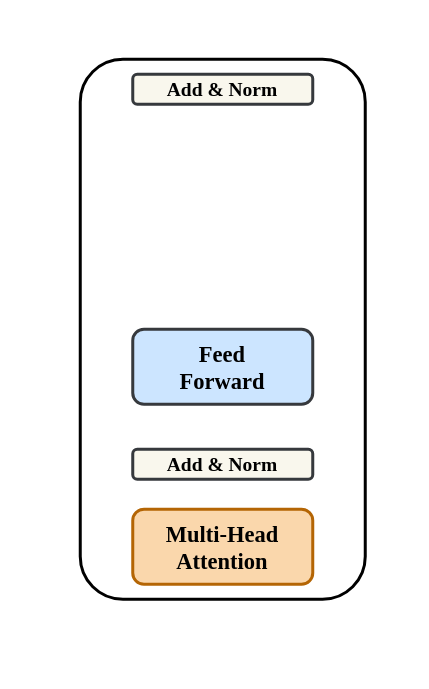
The draw.io diagram 未命名绘图.drawio in Wiselnn570/dialogue-system, before the edit. Source tidied: cells renumbered, new cells numbered last; positions are measured from the earlier drawing's top-left corner, leaving out a move shared by most shapes. Both pictures are drawn from the tidied source at 150%, with x=0, y=0 at pixel (80, 58).
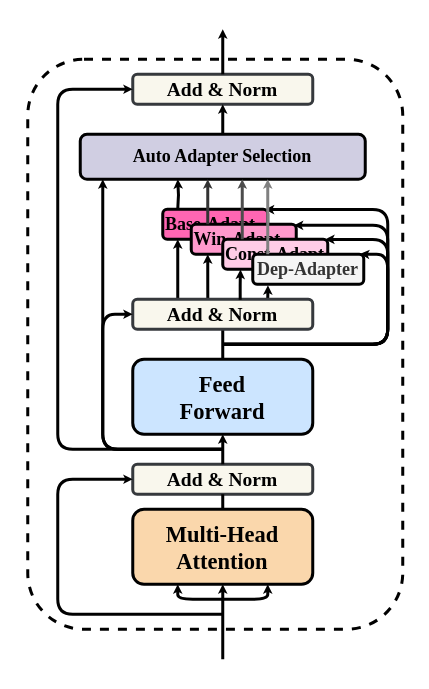
The same diagram, later.

Commit message (it also covers changes not shown here):
更新未命名绘图.drawio

Unchanged cells that the change refers to:
```xml
<mxCell id="6" value="&lt;b&gt;Add &amp;amp; Norm&lt;/b&gt;" style="rounded=1;whiteSpace=wrap;html=1;strokeColor=#36393d;strokeWidth=2;fontFamily=Times New Roman;fontSize=13;fillColor=#f9f7ed;" parent="1" vertex="1">
  <mxGeometry x="35" y="10" width="120" height="20" as="geometry" />
</mxCell>
```

The edit, as a diff of the source:
```diff
@@
-    <mxCell id="2" style="rounded=1;whiteSpace=wrap;html=1;strokeColor=#000000;strokeWidth=2;fontFamily=Times New Roman;fontSize=15;" parent="1" vertex="1">
-      <mxGeometry width="190" height="360" as="geometry" />
+    <mxCell id="2" style="rounded=1;whiteSpace=wrap;html=1;strokeColor=#000000;strokeWidth=2;fontFamily=Times New Roman;fontSize=15;dashed=1;" parent="1" vertex="1">
+      <mxGeometry x="-35" width="250" height="380" as="geometry" />
     </mxCell>
-    <mxCell id="3" value="&lt;span style=&quot;font-size: 11px;&quot;&gt;&lt;font style=&quot;font-size: 15px;&quot; face=&quot;Times New Roman&quot;&gt;&lt;b&gt;Multi-Head&lt;br style=&quot;&quot;&gt;Attention&lt;/b&gt;&lt;/font&gt;&lt;/span&gt;" style="rounded=1;whiteSpace=wrap;html=1;fillColor=#fad7ac;strokeColor=#b46504;strokeWidth=2;" parent="1" vertex="1">
+    <mxCell id="3" value="&lt;span style=&quot;font-size: 11px;&quot;&gt;&lt;font style=&quot;font-size: 15px;&quot; face=&quot;Times New Roman&quot;&gt;&lt;b&gt;Multi-Head&lt;br style=&quot;&quot;&gt;Attention&lt;/b&gt;&lt;/font&gt;&lt;/span&gt;" style="rounded=1;whiteSpace=wrap;html=1;fillColor=#fad7ac;strokeColor=#000000;strokeWidth=2;" parent="1" vertex="1">
       <mxGeometry x="35" y="300" width="120" height="50" as="geometry" />
     </mxCell>
     <mxCell id="4" value="&lt;b&gt;Add &amp;amp; Norm&lt;/b&gt;" style="rounded=1;whiteSpace=wrap;html=1;strokeColor=#36393d;strokeWidth=2;fontFamily=Times New Roman;fontSize=13;fillColor=#f9f7ed;" parent="1" vertex="1">
-      <mxGeometry x="35" y="260" width="120" height="20" as="geometry" />
+      <mxGeometry x="35" y="270" width="120" height="20" as="geometry" />
     </mxCell>
-    <mxCell id="5" value="&lt;font style=&quot;font-size: 15px;&quot; face=&quot;Times New Roman&quot;&gt;&lt;b&gt;&lt;span style=&quot;&quot;&gt;Feed&lt;br&gt;&lt;/span&gt;Forward&lt;/b&gt;&lt;/font&gt;" style="rounded=1;whiteSpace=wrap;html=1;fillColor=#cce5ff;strokeColor=#36393d;strokeWidth=2;" parent="1" vertex="1">
-      <mxGeometry x="35" y="180" width="120" height="50" as="geometry" />
+    <mxCell id="5" value="&lt;font style=&quot;font-size: 15px;&quot; face=&quot;Times New Roman&quot;&gt;&lt;b&gt;&lt;span style=&quot;&quot;&gt;Feed&lt;br&gt;&lt;/span&gt;Forward&lt;/b&gt;&lt;/font&gt;" style="rounded=1;whiteSpace=wrap;html=1;fillColor=#cce5ff;strokeColor=#000000;strokeWidth=2;" parent="1" vertex="1">
+      <mxGeometry x="35" y="200" width="120" height="50" as="geometry" />
     </mxCell>
@@
+    <mxCell id="7" style="edgeStyle=orthogonalEdgeStyle;elbow=vertical;strokeWidth=2;endArrow=classic;endFill=0;fontStyle=1;strokeColor=#000000;entryX=0;entryY=0.5;entryDx=0;entryDy=0;endSize=0;startSize=4;" parent="1" edge="1" target="4">
+      <mxGeometry x="238" y="485" as="geometry">
+        <mxPoint x="95" y="370" as="sourcePoint" />
+        <Array as="points">
+          <mxPoint x="-15" y="370" />
+          <mxPoint x="-15" y="280" />
+        </Array>
+      </mxGeometry>
+    </mxCell>
+    <mxCell id="8" style="edgeStyle=elbowEdgeStyle;elbow=vertical;strokeWidth=2;endArrow=classic;endFill=0;fontStyle=1;strokeColor=#000000;entryX=0.75;entryY=1;entryDx=0;entryDy=0;endSize=0;startSize=4;" parent="1" edge="1" target="3">
+      <mxGeometry x="223" y="495" as="geometry">
+        <mxPoint x="95" y="360" as="sourcePoint" />
+        <Array as="points">
+          <mxPoint x="105" y="360" />
+          <mxPoint x="578" y="485" />
+        </Array>
+      </mxGeometry>
+    </mxCell>
+    <mxCell id="9" style="edgeStyle=elbowEdgeStyle;elbow=vertical;strokeWidth=2;endArrow=classic;endFill=0;fontStyle=1;strokeColor=#000000;entryX=0.25;entryY=1;entryDx=0;entryDy=0;endSize=0;startSize=4;" parent="1" edge="1" target="3">
+      <mxGeometry x="148" y="485" as="geometry">
+        <mxPoint x="95" y="360" as="sourcePoint" />
+        <Array as="points">
+          <mxPoint x="85" y="360" />
+          <mxPoint x="503" y="475" />
+        </Array>
+      </mxGeometry>
+    </mxCell>
+    <mxCell id="10" style="edgeStyle=elbowEdgeStyle;elbow=vertical;strokeWidth=2;endArrow=classic;endFill=0;fontStyle=1;strokeColor=#000000;entryX=0.5;entryY=1;entryDx=0;entryDy=0;endSize=0;startSize=4;" parent="1" edge="1" target="3">
+      <mxGeometry x="118" y="500" as="geometry">
+        <mxPoint x="95" y="400" as="sourcePoint" />
+      </mxGeometry>
+    </mxCell>
+    <mxCell id="11" style="edgeStyle=orthogonalEdgeStyle;elbow=vertical;strokeWidth=2;endArrow=none;endFill=0;fontStyle=1;strokeColor=#000000;endSize=0;startSize=4;exitX=0.5;exitY=0;exitDx=0;exitDy=0;" parent="1" edge="1" source="3">
+      <mxGeometry x="448" y="475" as="geometry">
+        <mxPoint x="95" y="290" as="targetPoint" />
+      </mxGeometry>
+    </mxCell>
+    <mxCell id="12" style="edgeStyle=orthogonalEdgeStyle;elbow=vertical;strokeWidth=2;endArrow=classic;endFill=0;fontStyle=1;strokeColor=#000000;entryX=0.5;entryY=1;entryDx=0;entryDy=0;endSize=0;startSize=4;exitX=0.5;exitY=0;exitDx=0;exitDy=0;" parent="1" edge="1" source="4" target="5">
+      <mxGeometry x="488" y="375" as="geometry" />
+    </mxCell>
+    <mxCell id="13" style="edgeStyle=orthogonalEdgeStyle;elbow=vertical;strokeWidth=2;endArrow=none;endFill=0;fontStyle=1;strokeColor=#000000;entryX=0.5;entryY=1;entryDx=0;entryDy=0;endSize=0;startSize=4;exitX=0.5;exitY=0;exitDx=0;exitDy=0;" parent="1" edge="1" source="5" target="26">
+      <mxGeometry x="498" y="385" as="geometry" />
+    </mxCell>
+    <mxCell id="14" style="edgeStyle=orthogonalEdgeStyle;elbow=vertical;strokeWidth=2;endArrow=classic;endFill=0;fontStyle=1;strokeColor=#000000;entryX=0.966;entryY=-0.009;entryDx=0;entryDy=0;endSize=0;startSize=4;entryPerimeter=0;" parent="1" edge="1" target="25">
+      <mxGeometry x="448" y="345" as="geometry">
+        <mxPoint x="95" y="190" as="sourcePoint" />
+        <Array as="points">
+          <mxPoint x="205" y="190" />
+          <mxPoint x="205" y="130" />
+          <mxPoint x="190" y="130" />
+        </Array>
+      </mxGeometry>
+    </mxCell>
+    <mxCell id="15" style="edgeStyle=orthogonalEdgeStyle;elbow=vertical;strokeWidth=2;endArrow=classic;endFill=0;fontStyle=1;strokeColor=#000000;endSize=0;startSize=4;exitX=0.75;exitY=0;exitDx=0;exitDy=0;entryX=0.137;entryY=1.034;entryDx=0;entryDy=0;entryPerimeter=0;" parent="1" edge="1" source="26" target="25">
+      <mxGeometry x="458" y="415" as="geometry" />
+    </mxCell>
+    <mxCell id="16" style="edgeStyle=orthogonalEdgeStyle;elbow=vertical;strokeWidth=2;endArrow=classic;endFill=0;fontStyle=1;strokeColor=#000000;entryX=0;entryY=0.5;entryDx=0;entryDy=0;endSize=0;startSize=4;" parent="1" edge="1" target="6">
+      <mxGeometry x="408" y="405" as="geometry">
+        <mxPoint x="95" y="260" as="sourcePoint" />
+        <Array as="points">
+          <mxPoint x="-15" y="260" />
+          <mxPoint x="-15" y="20" />
+        </Array>
+      </mxGeometry>
+    </mxCell>
+    <mxCell id="17" style="edgeStyle=orthogonalEdgeStyle;elbow=vertical;strokeWidth=2;endArrow=classic;endFill=0;fontStyle=1;strokeColor=#000000;entryX=0.972;entryY=0.011;entryDx=0;entryDy=0;endSize=0;startSize=4;entryPerimeter=0;" parent="1" edge="1" target="18">
+      <mxGeometry x="528" y="305" as="geometry">
+        <mxPoint x="95" y="190" as="sourcePoint" />
+        <Array as="points">
+          <mxPoint x="205" y="190" />
+          <mxPoint x="205" y="100" />
+        </Array>
+      </mxGeometry>
+    </mxCell>
+    <mxCell id="18" value="&lt;b&gt;&lt;font face=&quot;Times New Roman&quot;&gt;Base-Adapt&lt;/font&gt;&lt;/b&gt;" style="rounded=1;whiteSpace=wrap;html=1;align=left;fillColor=#FF66B3;strokeWidth=2;" parent="1" vertex="1">
+      <mxGeometry x="55" y="100" width="70" height="20" as="geometry" />
+    </mxCell>
+    <mxCell id="19" value="&lt;b&gt;&lt;font face=&quot;Times New Roman&quot;&gt;Win-Adapt&lt;/font&gt;&lt;/b&gt;" style="rounded=1;whiteSpace=wrap;html=1;align=left;fillColor=#FF99CC;strokeWidth=2;" parent="1" vertex="1">
+      <mxGeometry x="74" y="110" width="70" height="20" as="geometry" />
+    </mxCell>
+    <mxCell id="20" style="edgeStyle=orthogonalEdgeStyle;elbow=vertical;strokeWidth=2;endArrow=classic;endFill=0;fontStyle=1;strokeColor=#000000;endSize=0;startSize=4;exitX=0.417;exitY=0.057;exitDx=0;exitDy=0;exitPerimeter=0;" parent="1" edge="1" source="26">
+      <mxGeometry x="448.1" y="415" as="geometry">
+        <mxPoint x="85" y="130" as="targetPoint" />
+      </mxGeometry>
+    </mxCell>
+    <mxCell id="21" style="edgeStyle=orthogonalEdgeStyle;elbow=vertical;strokeWidth=2;endArrow=classic;endFill=0;fontStyle=1;strokeColor=#000000;endSize=0;startSize=4;entryX=0.975;entryY=0.006;entryDx=0;entryDy=0;entryPerimeter=0;" parent="1" edge="1" target="23">
+      <mxGeometry x="468" y="400" as="geometry">
+        <mxPoint x="95" y="190" as="sourcePoint" />
+        <Array as="points">
+          <mxPoint x="205" y="190" />
+          <mxPoint x="205" y="120" />
+        </Array>
+      </mxGeometry>
+    </mxCell>
+    <mxCell id="22" style="edgeStyle=orthogonalEdgeStyle;elbow=vertical;strokeWidth=2;endArrow=classic;endFill=0;fontStyle=1;strokeColor=#000000;endSize=0;startSize=4;entryX=0.977;entryY=0.035;entryDx=0;entryDy=0;entryPerimeter=0;" parent="1" edge="1" target="19">
+      <mxGeometry x="538" y="315" as="geometry">
+        <mxPoint x="95" y="190" as="sourcePoint" />
+        <Array as="points">
+          <mxPoint x="205" y="190" />
+          <mxPoint x="205" y="111" />
+        </Array>
+      </mxGeometry>
+    </mxCell>
+    <mxCell id="23" value="&lt;font face=&quot;Times New Roman&quot;&gt;&lt;b&gt;Const-Adapt&lt;/b&gt;&lt;/font&gt;" style="rounded=1;whiteSpace=wrap;html=1;align=left;fillColor=#FFCCE6;strokeColor=#000000;strokeWidth=2;" parent="1" vertex="1">
+      <mxGeometry x="95" y="120" width="70" height="20" as="geometry" />
+    </mxCell>
+    <mxCell id="24" style="edgeStyle=orthogonalEdgeStyle;elbow=vertical;strokeWidth=2;endArrow=classic;endFill=0;fontStyle=1;strokeColor=#000000;endSize=0;startSize=4;exitX=0.25;exitY=0;exitDx=0;exitDy=0;" parent="1" edge="1" source="26">
+      <mxGeometry x="428.1" y="405" as="geometry">
+        <mxPoint x="65" y="120" as="targetPoint" />
+        <Array as="points">
+          <mxPoint x="65" y="140" />
+          <mxPoint x="65" y="140" />
+        </Array>
+      </mxGeometry>
+    </mxCell>
+    <mxCell id="25" value="&lt;font face=&quot;Times New Roman&quot;&gt;&lt;b&gt;Dep-Adapter&lt;/b&gt;&lt;/font&gt;" style="rounded=1;whiteSpace=wrap;html=1;align=center;fillColor=#f5f5f5;fillStyle=auto;gradientDirection=north;fontColor=#333333;strokeColor=#000000;strokeWidth=2;" parent="1" vertex="1">
+      <mxGeometry x="115" y="130" width="74" height="20" as="geometry" />
+    </mxCell>
+    <mxCell id="26" value="&lt;b&gt;Add &amp;amp; Norm&lt;/b&gt;" style="rounded=1;whiteSpace=wrap;html=1;strokeColor=#36393d;strokeWidth=2;fontFamily=Times New Roman;fontSize=13;fillColor=#f9f7ed;" parent="1" vertex="1">
+      <mxGeometry x="35" y="160" width="120" height="20" as="geometry" />
+    </mxCell>
+    <mxCell id="27" style="edgeStyle=orthogonalEdgeStyle;elbow=vertical;strokeWidth=2;endArrow=classic;endFill=0;fontStyle=1;strokeColor=#000000;endSize=0;startSize=4;exitX=0.597;exitY=0.02;exitDx=0;exitDy=0;entryX=0.169;entryY=1.01;entryDx=0;entryDy=0;entryPerimeter=0;exitPerimeter=0;" parent="1" edge="1" source="26" target="23">
+      <mxGeometry x="468" y="425" as="geometry" />
+    </mxCell>
+    <mxCell id="28" style="edgeStyle=orthogonalEdgeStyle;elbow=vertical;strokeWidth=2;endArrow=classic;endFill=0;fontStyle=1;strokeColor=#000000;endSize=0;startSize=4;entryX=0.079;entryY=1.001;entryDx=0;entryDy=0;entryPerimeter=0;" parent="1" edge="1" target="30">
+      <mxGeometry x="508" y="285" as="geometry">
+        <mxPoint x="95" y="260" as="sourcePoint" />
+        <Array as="points">
+          <mxPoint x="15" y="260" />
+        </Array>
+      </mxGeometry>
+    </mxCell>
+    <mxCell id="29" style="edgeStyle=orthogonalEdgeStyle;elbow=vertical;strokeWidth=2;endArrow=classic;endFill=0;fontStyle=1;strokeColor=#000000;entryX=0.5;entryY=1;entryDx=0;entryDy=0;endSize=0;startSize=4;exitX=0.5;exitY=0;exitDx=0;exitDy=0;" parent="1" edge="1" source="30" target="6">
+      <mxGeometry x="468" y="365" as="geometry" />
+    </mxCell>
+    <mxCell id="30" value="&lt;b&gt;Auto Adapter Selection&lt;/b&gt;" style="rounded=1;whiteSpace=wrap;html=1;fillStyle=auto;strokeColor=#000000;strokeWidth=2;fontFamily=Times New Roman;fillColor=#d0cee2;gradientDirection=north;" parent="1" vertex="1">
+      <mxGeometry y="50" width="190" height="30" as="geometry" />
+    </mxCell>
+    <mxCell id="31" style="edgeStyle=orthogonalEdgeStyle;elbow=vertical;strokeWidth=2;endArrow=classic;endFill=0;fontStyle=1;strokeColor=#000000;entryX=0;entryY=0.5;entryDx=0;entryDy=0;endSize=0;startSize=4;" parent="1" edge="1" target="26">
+      <mxGeometry x="518" y="295" as="geometry">
+        <mxPoint x="95" y="260" as="sourcePoint" />
+        <Array as="points">
+          <mxPoint x="15" y="260" />
+          <mxPoint x="15" y="170" />
+        </Array>
+      </mxGeometry>
+    </mxCell>
+    <mxCell id="32" style="edgeStyle=orthogonalEdgeStyle;elbow=vertical;strokeWidth=2;endArrow=classic;endFill=0;fontStyle=1;strokeColor=#000000;endSize=0;startSize=4;exitX=0.5;exitY=0;exitDx=0;exitDy=0;" parent="1" edge="1" source="6">
+      <mxGeometry x="528" y="305" as="geometry">
+        <mxPoint x="95" y="-20" as="targetPoint" />
+      </mxGeometry>
+    </mxCell>
+    <mxCell id="33" style="edgeStyle=orthogonalEdgeStyle;elbow=vertical;strokeWidth=2;endArrow=classic;endFill=0;fontStyle=1;strokeColor=#808080;endSize=0;startSize=4;" parent="1" edge="1">
+      <mxGeometry x="328" y="235" as="geometry">
+        <mxPoint x="125" y="130" as="sourcePoint" />
+        <mxPoint x="125" y="80" as="targetPoint" />
+      </mxGeometry>
+    </mxCell>
+    <mxCell id="34" style="edgeStyle=orthogonalEdgeStyle;elbow=vertical;strokeWidth=2;endArrow=classic;endFill=0;fontStyle=1;strokeColor=#000000;endSize=0;startSize=4;" parent="1" edge="1">
+      <mxGeometry x="268" y="235" as="geometry">
+        <mxPoint x="65" y="100" as="sourcePoint" />
+        <mxPoint x="65" y="80" as="targetPoint" />
+      </mxGeometry>
+    </mxCell>
+    <mxCell id="35" style="edgeStyle=orthogonalEdgeStyle;elbow=vertical;strokeWidth=2;endArrow=classic;endFill=0;fontStyle=1;strokeColor=#333333;endSize=0;startSize=4;" parent="1" edge="1">
+      <mxGeometry x="288" y="235" as="geometry">
+        <mxPoint x="85" y="110" as="sourcePoint" />
+        <mxPoint x="85" y="80" as="targetPoint" />
+      </mxGeometry>
+    </mxCell>
+    <mxCell id="36" style="edgeStyle=orthogonalEdgeStyle;elbow=vertical;strokeWidth=2;endArrow=classic;endFill=0;fontStyle=1;strokeColor=#4D4D4D;endSize=0;startSize=4;" parent="1" edge="1">
+      <mxGeometry x="311" y="235" as="geometry">
+        <mxPoint x="108" y="120" as="sourcePoint" />
+        <mxPoint x="108" y="80" as="targetPoint" />
+      </mxGeometry>
+    </mxCell>
```
